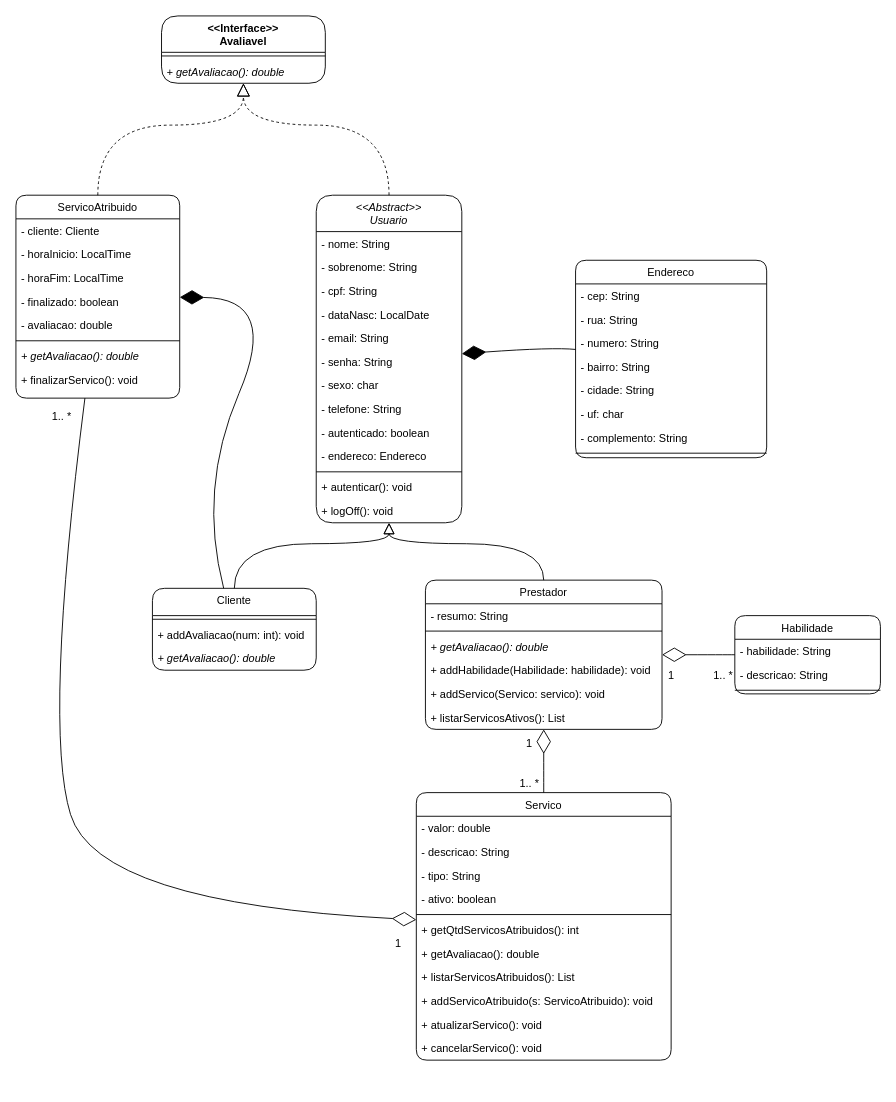
Earlier version of the draw.io diagram docs/class diagram iara.drawio (j9remy/Iara-grupo-5). Source tidied: cells renumbered, new cells numbered last; positions are measured from the earlier drawing's top-left corner, leaving out a move shared by most shapes. Both pictures are drawn from the tidied source at 91%, with x=0, y=0 at pixel (15, 15).
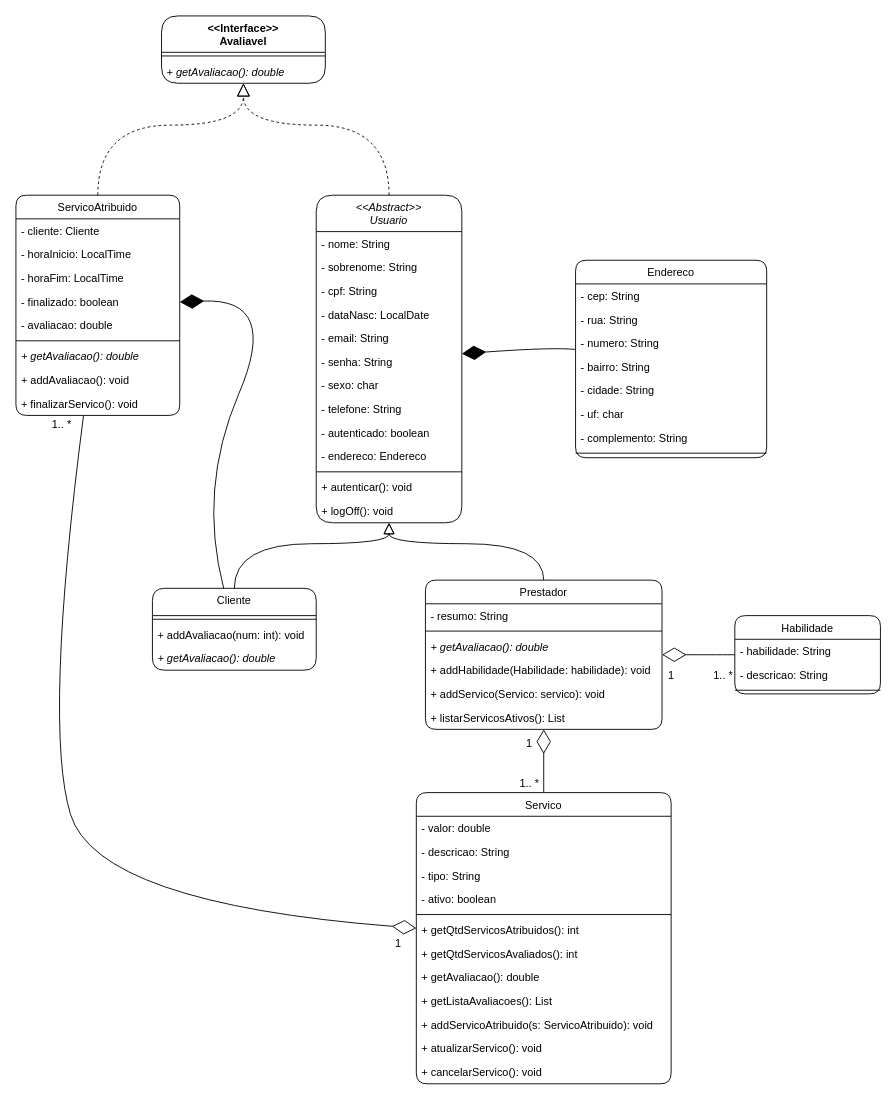
Above is the later version.

What changed in the source:
```diff
@@
     <mxCell id="44" value="Servico" style="swimlane;fontStyle=0;align=center;verticalAlign=top;horizontal=1;startSize=26;shadow=0;strokeWidth=1;rounded=1;" parent="1" vertex="1">
-      <mxGeometry x="440" y="853.5" width="280" height="294" as="geometry" />
+      <mxGeometry x="440" y="853.5" width="280" height="320" as="geometry" />
     </mxCell>
@@
+    <mxCell id="79" value="+ getQtdServicosAvaliados(): int" style="text;align=left;verticalAlign=top;spacingLeft=4;spacingRight=4;overflow=hidden;fontStyle=0;rounded=1;" parent="44" vertex="1">
+      <mxGeometry y="164" width="280" height="26" as="geometry" />
+    </mxCell>
     <mxCell id="51" value="+ getAvaliacao(): double" style="text;strokeColor=none;fillColor=none;align=left;verticalAlign=top;spacingLeft=4;spacingRight=4;overflow=hidden;fontStyle=0;rounded=1;" parent="44" vertex="1">
-      <mxGeometry y="164" width="280" height="26" as="geometry" />
+      <mxGeometry y="190" width="280" height="26" as="geometry" />
     </mxCell>
-    <mxCell id="52" value="+ listarServicosAtribuidos(): List" style="text;align=left;verticalAlign=top;spacingLeft=4;spacingRight=4;overflow=hidden;fontStyle=0;rounded=1;" parent="44" vertex="1">
-      <mxGeometry y="190" width="280" height="26" as="geometry" />
-    </mxCell>
+    <mxCell id="80" value="+ getListaAvaliacoes(): List" style="text;strokeColor=none;fillColor=none;align=left;verticalAlign=top;spacingLeft=4;spacingRight=4;overflow=hidden;fontStyle=0;rounded=1;" parent="44" vertex="1">
+      <mxGeometry y="216" width="280" height="26" as="geometry" />
+    </mxCell>
     <mxCell id="53" value="+ addServicoAtribuido(s: ServicoAtribuido): void" style="text;align=left;verticalAlign=top;spacingLeft=4;spacingRight=4;overflow=hidden;fontStyle=0;rounded=1;" parent="44" vertex="1">
-      <mxGeometry y="216" width="280" height="26" as="geometry" />
+      <mxGeometry y="242" width="280" height="26" as="geometry" />
     </mxCell>
     <mxCell id="54" value="+ atualizarServico(): void" style="text;align=left;verticalAlign=top;spacingLeft=4;spacingRight=4;overflow=hidden;fontStyle=0;rounded=1;" parent="44" vertex="1">
-      <mxGeometry y="242" width="280" height="26" as="geometry" />
+      <mxGeometry y="268" width="280" height="26" as="geometry" />
     </mxCell>
     <mxCell id="55" value="+ cancelarServico(): void" style="text;align=left;verticalAlign=top;spacingLeft=4;spacingRight=4;overflow=hidden;fontStyle=0;rounded=1;" parent="44" vertex="1">
-      <mxGeometry y="268" width="280" height="26" as="geometry" />
+      <mxGeometry y="294" width="280" height="26" as="geometry" />
     </mxCell>
@@
     <mxCell id="61" value="ServicoAtribuido" style="swimlane;fontStyle=0;align=center;verticalAlign=top;horizontal=1;startSize=26;shadow=0;strokeWidth=1;rounded=1;" parent="1" vertex="1">
-      <mxGeometry y="197" width="180" height="223" as="geometry" />
+      <mxGeometry y="197" width="180" height="242" as="geometry" />
     </mxCell>
@@
-    <mxCell id="69" value="+ finalizarServico(): void" style="text;align=left;verticalAlign=top;spacingLeft=4;spacingRight=4;overflow=hidden;fontStyle=0;rounded=1;" parent="61" vertex="1">
+    <mxCell id="69" value="+ addAvaliacao(): void" style="text;align=left;verticalAlign=top;spacingLeft=4;spacingRight=4;overflow=hidden;fontStyle=0;rounded=1;" parent="61" vertex="1">
       <mxGeometry y="190" width="180" height="26" as="geometry" />
     </mxCell>
+    <mxCell id="81" value="+ finalizarServico(): void" style="text;align=left;verticalAlign=top;spacingLeft=4;spacingRight=4;overflow=hidden;fontStyle=0;rounded=1;" parent="61" vertex="1">
+      <mxGeometry y="216" width="180" height="26" as="geometry" />
+    </mxCell>
@@
     <mxCell id="72" value="1.. *" style="text;html=1;align=center;verticalAlign=middle;strokeColor=none;fillColor=none;rounded=1;" parent="1" vertex="1">
-      <mxGeometry x="30" y="430" width="40" height="20" as="geometry" />
+      <mxGeometry x="30" y="439" width="40" height="20" as="geometry" />
     </mxCell>
```
